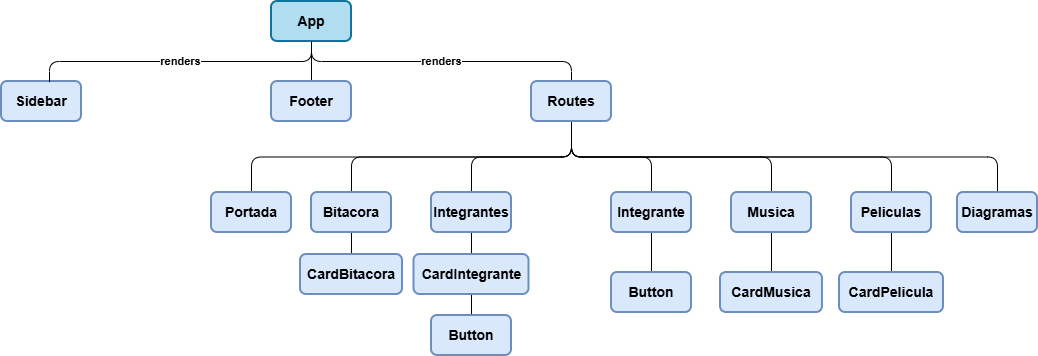
romanrios/ifts-front-tp3 keeps this draw.io diagram as public/Renderizado.drawio.png. Above is the earlier version. Source tidied: cells renumbered, new cells last; positions are measured from the earlier drawing's top-left corner, leaving out a move shared by most shapes.
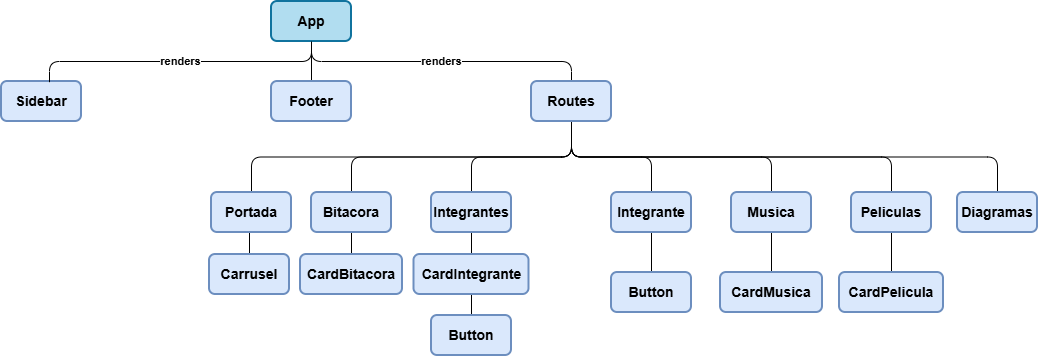
After the change.

Commit message:
carrusel mejoras

What changed in the source:
```diff
@@ -41,6 +41,9 @@
     <mxCell id="14" value="&lt;b&gt;renders&lt;/b&gt;" style="edgeStyle=orthogonalEdgeStyle;rounded=1;jettySize=auto;html=1;exitX=0.5;exitY=1;exitDx=0;exitDy=0;entryX=0.6;entryY=0.017;entryDx=0;entryDy=0;entryPerimeter=0;curved=0;endArrow=none;endFill=0;" parent="1" edge="1" source="4" target="5">
       <mxGeometry relative="1" as="geometry" />
     </mxCell>
+    <mxCell id="38" style="edgeStyle=orthogonalEdgeStyle;rounded=0;jettySize=auto;html=1;exitX=0.5;exitY=1;exitDx=0;exitDy=0;entryX=0.5;entryY=0;entryDx=0;entryDy=0;endArrow=none;endFill=0;" parent="1" edge="1" source="15" target="39">
+      <mxGeometry relative="1" as="geometry" />
+    </mxCell>
     <mxCell id="15" value="Portada" style="rounded=1;whiteSpace=wrap;html=1;fillColor=#dae8fc;strokeColor=#6c8ebf;strokeWidth=2;fontStyle=1;fontSize=14;" parent="1" vertex="1">
       <mxGeometry x="210" y="191" width="80" height="40" as="geometry" />
     </mxCell>
@@ -110,5 +113,8 @@
     <mxCell id="37" value="Footer" style="rounded=1;whiteSpace=wrap;html=1;fillColor=#dae8fc;strokeColor=#6c8ebf;strokeWidth=2;fontStyle=1;fontSize=14;" parent="1" vertex="1">
       <mxGeometry x="270" y="80" width="80" height="40" as="geometry" />
     </mxCell>
+    <mxCell id="39" value="Carrusel" style="rounded=1;whiteSpace=wrap;html=1;fillColor=#dae8fc;strokeColor=#6c8ebf;strokeWidth=2;fontStyle=1;fontSize=14;" parent="1" vertex="1">
+      <mxGeometry x="208" y="253" width="80" height="40" as="geometry" />
+    </mxCell>
   </root>
 </mxGraphModel>
```
